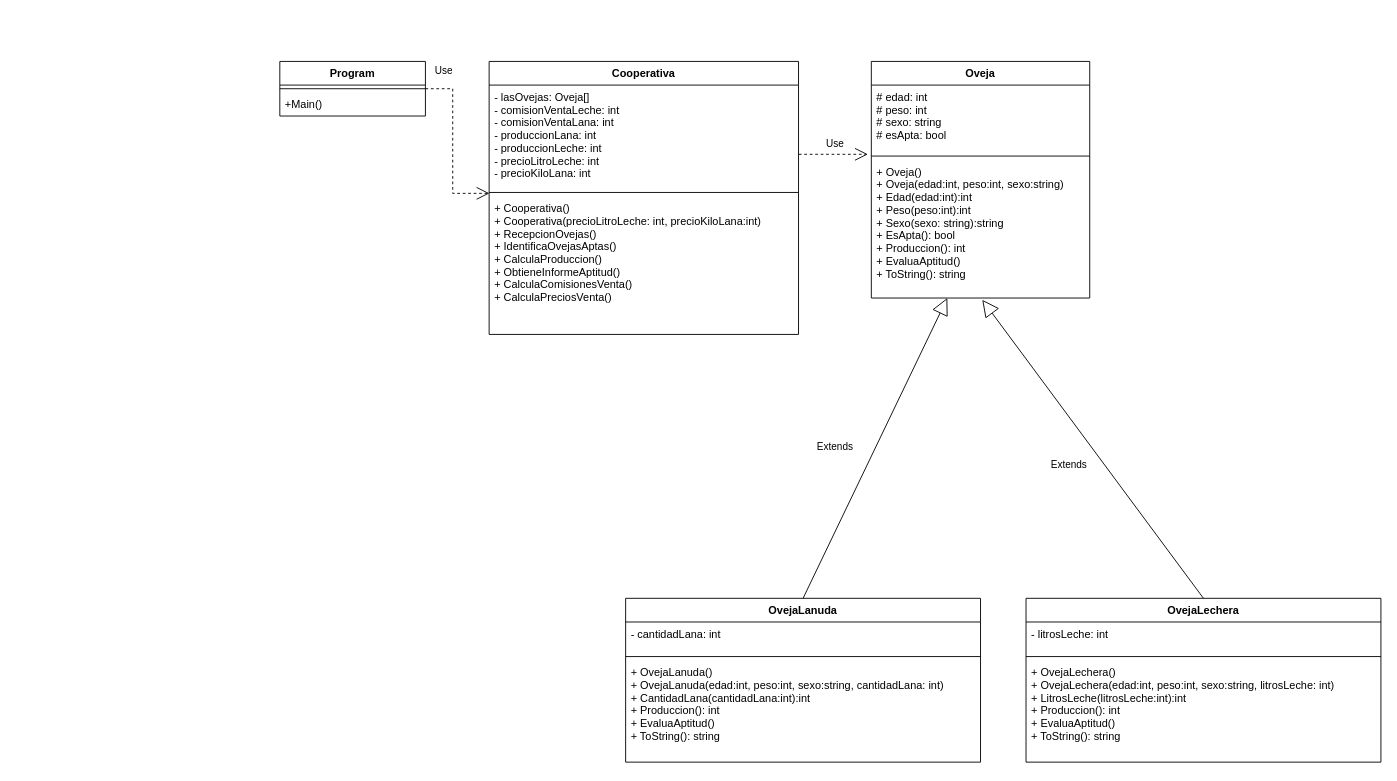
jdrodas/Csharp_pdoo keeps this draw.io diagram as ComercioOvejas/ComercioOvejas/Diagramas/ComercioOvejas_UML_DiagramaClases.drawio. Above is the earlier version. Source tidied: cells renumbered, new cells numbered last; positions are measured from the earlier drawing's top-left corner, leaving out a move shared by most shapes. Both pictures are drawn from the tidied source at 91%, with x=0, y=0 at pixel (279, 61).
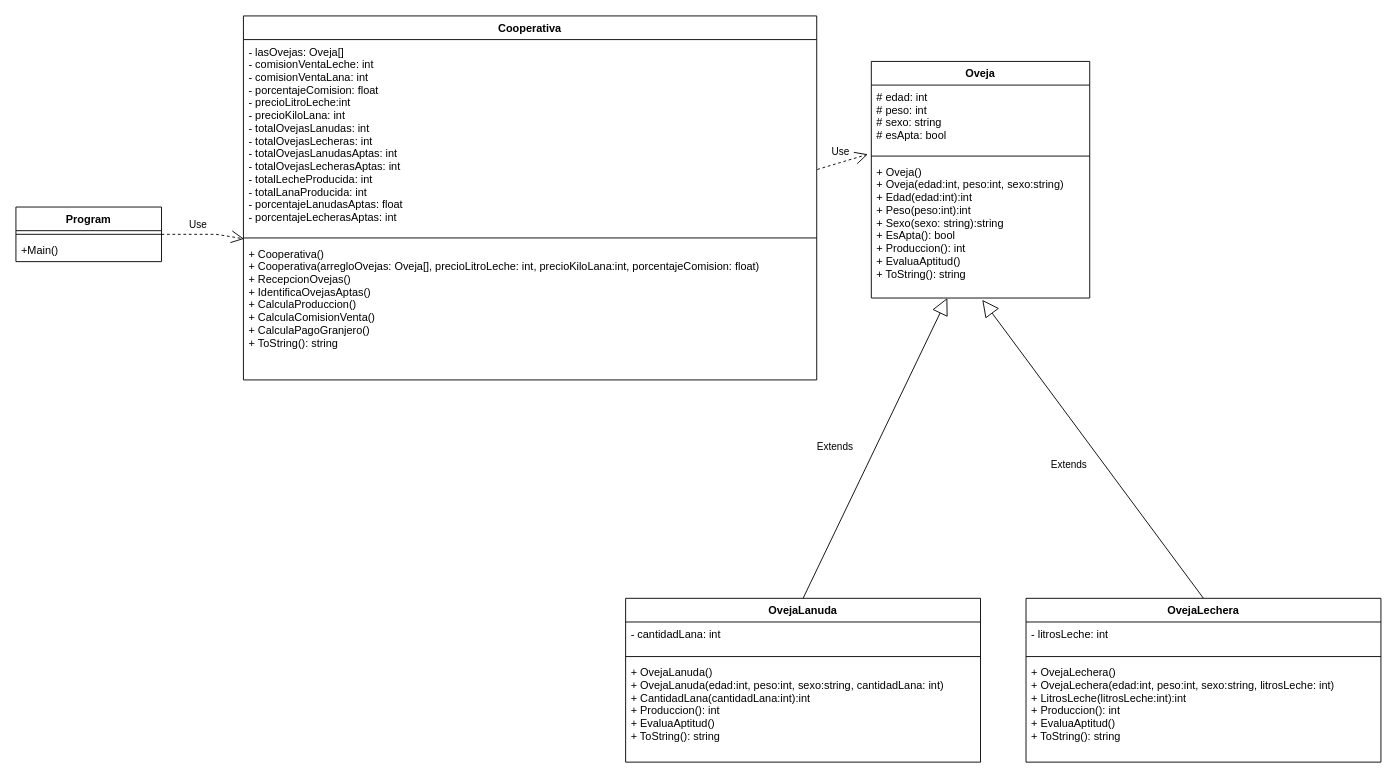
The same page after the edit.

Commit message (it also covers changes not shown here):
Actualizado diagrama UML de clases. Ajustes a los sumarios de las funciones

The edit, as a diff of the source:
```diff
@@
     <mxCell id="16" value="Cooperativa" style="swimlane;fontStyle=1;align=center;verticalAlign=top;horizontal=1;startSize=26;" parent="1" vertex="1">
-      <mxGeometry x="230" width="340" height="300" as="geometry" />
+      <mxGeometry x="-40" y="-50" width="630" height="400" as="geometry" />
     </mxCell>
-    <mxCell id="17" value="- lasOvejas: Oveja[]&#10;- comisionVentaLeche: int&#10;- comisionVentaLana: int&#10;- produccionLana: int&#10;- produccionLeche: int&#10;- precioLitroLeche: int&#10;- precioKiloLana: int" style="text;strokeColor=none;fillColor=none;align=left;verticalAlign=top;spacingLeft=4;spacingRight=4;overflow=hidden;points=[[0,0.5],[1,0.5]];portConstraint=eastwest;" parent="16" vertex="1">
-      <mxGeometry y="26" width="340" height="114" as="geometry" />
+    <mxCell id="17" value="- lasOvejas: Oveja[]&#10;- comisionVentaLeche: int&#10;- comisionVentaLana: int&#10;- porcentajeComision: float&#10;- precioLitroLeche:int&#10;- precioKiloLana: int&#10;- totalOvejasLanudas: int&#10;- totalOvejasLecheras: int&#10;- totalOvejasLanudasAptas: int&#10;- totalOvejasLecherasAptas: int&#10;- totalLecheProducida: int&#10;- totalLanaProducida: int&#10;- porcentajeLanudasAptas: float&#10;- porcentajeLecherasAptas: int" style="text;strokeColor=none;fillColor=none;align=left;verticalAlign=top;spacingLeft=4;spacingRight=4;overflow=hidden;points=[[0,0.5],[1,0.5]];portConstraint=eastwest;" parent="16" vertex="1">
+      <mxGeometry y="26" width="630" height="214" as="geometry" />
     </mxCell>
     <mxCell id="18" style="line;strokeWidth=1;fillColor=none;align=left;verticalAlign=middle;spacingTop=-1;spacingLeft=3;spacingRight=3;labelPosition=right;" parent="16" vertex="1">
-      <mxGeometry y="140" width="340" height="8" as="geometry" />
+      <mxGeometry y="240" width="630" height="8" as="geometry" />
     </mxCell>
-    <mxCell id="19" value="+ Cooperativa()&#10;+ Cooperativa(precioLitroLeche: int, precioKiloLana:int)&#10;+ RecepcionOvejas()&#10;+ IdentificaOvejasAptas()&#10;+ CalculaProduccion()&#10;+ ObtieneInformeAptitud()&#10;+ CalculaComisionesVenta()&#10;+ CalculaPreciosVenta()" style="text;strokeColor=none;fillColor=none;align=left;verticalAlign=top;spacingLeft=4;spacingRight=4;overflow=hidden;points=[[0,0.5],[1,0.5]];portConstraint=eastwest;" parent="16" vertex="1">
-      <mxGeometry y="148" width="340" height="152" as="geometry" />
+    <mxCell id="19" value="+ Cooperativa()&#10;+ Cooperativa(arregloOvejas: Oveja[], precioLitroLeche: int, precioKiloLana:int, porcentajeComision: float)&#10;+ RecepcionOvejas()&#10;+ IdentificaOvejasAptas()&#10;+ CalculaProduccion()&#10;+ CalculaComisionVenta()&#10;+ CalculaPagoGranjero()&#10;+ ToString(): string" style="text;strokeColor=none;fillColor=none;align=left;verticalAlign=top;spacingLeft=4;spacingRight=4;overflow=hidden;points=[[0,0.5],[1,0.5]];portConstraint=eastwest;" parent="16" vertex="1">
+      <mxGeometry y="248" width="630" height="152" as="geometry" />
     </mxCell>
     <mxCell id="20" value="Program" style="swimlane;fontStyle=1;align=center;verticalAlign=top;horizontal=1;startSize=26;" parent="1" vertex="1">
-      <mxGeometry width="160" height="60" as="geometry" />
+      <mxGeometry x="-290" y="160" width="160" height="60" as="geometry" />
     </mxCell>
@@
     <mxCell id="23" value="Use" style="endArrow=open;endSize=12;dashed=1;html=1;rounded=0;entryX=0.001;entryY=-0.02;entryDx=0;entryDy=0;entryPerimeter=0;exitX=1;exitY=0.5;exitDx=0;exitDy=0;" parent="1" edge="1" source="20" target="19">
-      <mxGeometry x="-0.78" y="20" relative="1" as="geometry">
+      <mxGeometry x="-0.12" y="10" relative="1" as="geometry">
         <Array as="points">
-          <mxPoint x="190" y="30" />
-          <mxPoint x="190" y="145" />
+          <mxPoint x="-70" y="190" />
         </Array>
       </mxGeometry>
     </mxCell>
```
